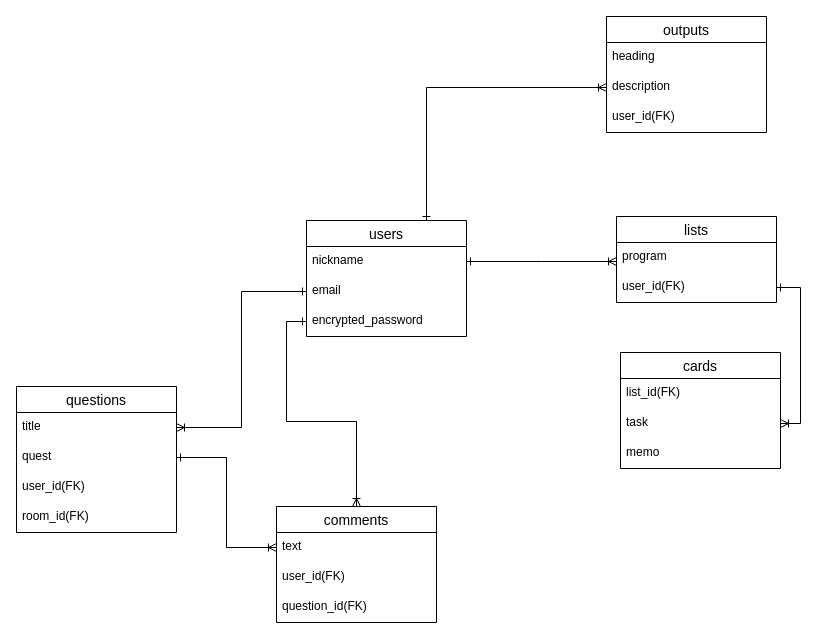
Earlier version of the draw.io diagram ER.dio (zakizakinozaki/ToDo_app). Source tidied: cells renumbered, new cells numbered last; positions are measured from the earlier drawing's top-left corner, leaving out a move shared by most shapes. Both pictures are drawn from the tidied source at 100%, with x=0, y=0 at pixel (16, 16).
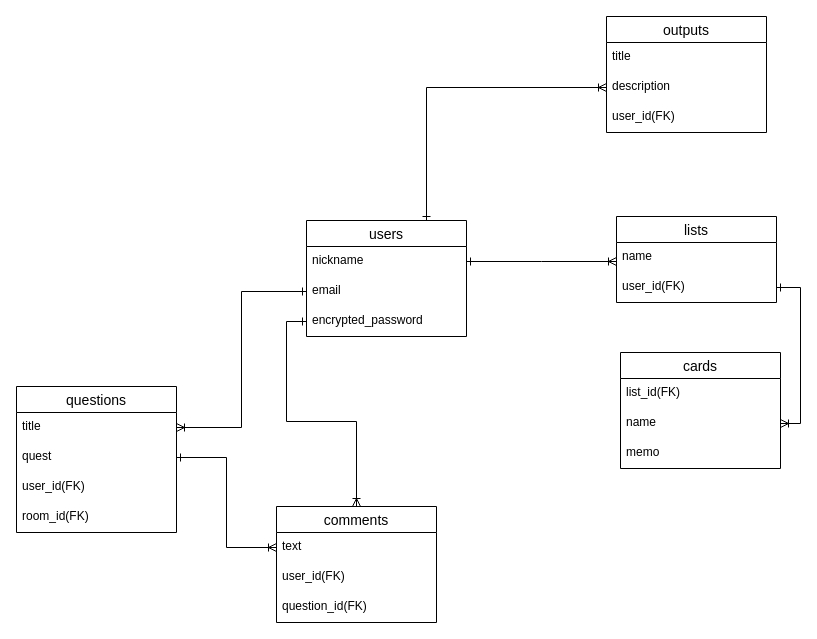
Above is the later version.

The change refers to these unchanged cells:
```xml
<mxCell id="7" value="lists" style="swimlane;fontStyle=0;horizontal=1;startSize=26;align=center;fontSize=14;" parent="1" vertex="1">
  <mxGeometry x="600" y="200" width="160" height="86" as="geometry" />
</mxCell>
<mxCell id="10" value="cards" style="swimlane;fontStyle=0;horizontal=1;startSize=26;align=center;fontSize=14;" parent="1" vertex="1">
  <mxGeometry x="604" y="336" width="160" height="116" as="geometry" />
</mxCell>
<mxCell id="14" value="outputs" style="swimlane;fontStyle=0;horizontal=1;startSize=26;align=center;fontSize=14;" parent="1" vertex="1">
  <mxGeometry x="590" width="160" height="116" as="geometry" />
</mxCell>
```

Change to the diagram source:
```diff
@@
-    <mxCell id="8" value="program" style="text;strokeColor=none;fillColor=none;spacingLeft=4;spacingRight=4;overflow=hidden;fontSize=12;" parent="7" vertex="1">
+    <mxCell id="8" value="name" style="text;strokeColor=none;fillColor=none;spacingLeft=4;spacingRight=4;overflow=hidden;fontSize=12;" parent="7" vertex="1">
       <mxGeometry y="26" width="160" height="30" as="geometry" />
     </mxCell>
@@
-    <mxCell id="12" value="task" style="text;strokeColor=none;fillColor=none;spacingLeft=4;spacingRight=4;overflow=hidden;points=[[0,0.5],[1,0.5]];portConstraint=eastwest;fontSize=12;" parent="10" vertex="1">
+    <mxCell id="12" value="name" style="text;strokeColor=none;fillColor=none;spacingLeft=4;spacingRight=4;overflow=hidden;points=[[0,0.5],[1,0.5]];portConstraint=eastwest;fontSize=12;" parent="10" vertex="1">
       <mxGeometry y="56" width="160" height="30" as="geometry" />
     </mxCell>
@@
-    <mxCell id="15" value="heading" style="text;strokeColor=none;fillColor=none;spacingLeft=4;spacingRight=4;overflow=hidden;fontSize=12;" parent="14" vertex="1">
+    <mxCell id="15" value="title" style="text;strokeColor=none;fillColor=none;spacingLeft=4;spacingRight=4;overflow=hidden;fontSize=12;" parent="14" vertex="1">
       <mxGeometry y="26" width="160" height="30" as="geometry" />
     </mxCell>
```
